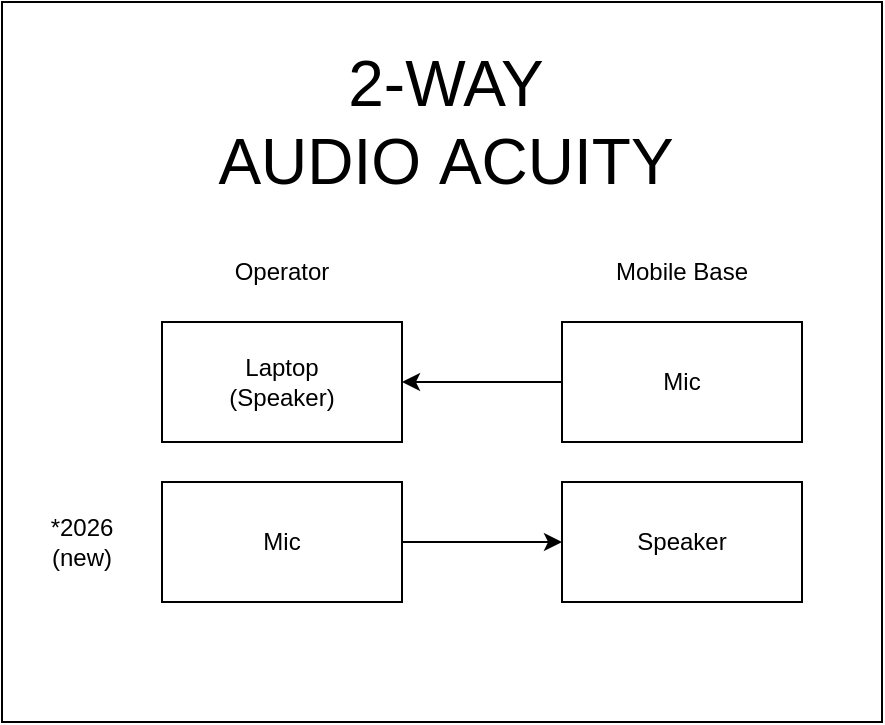
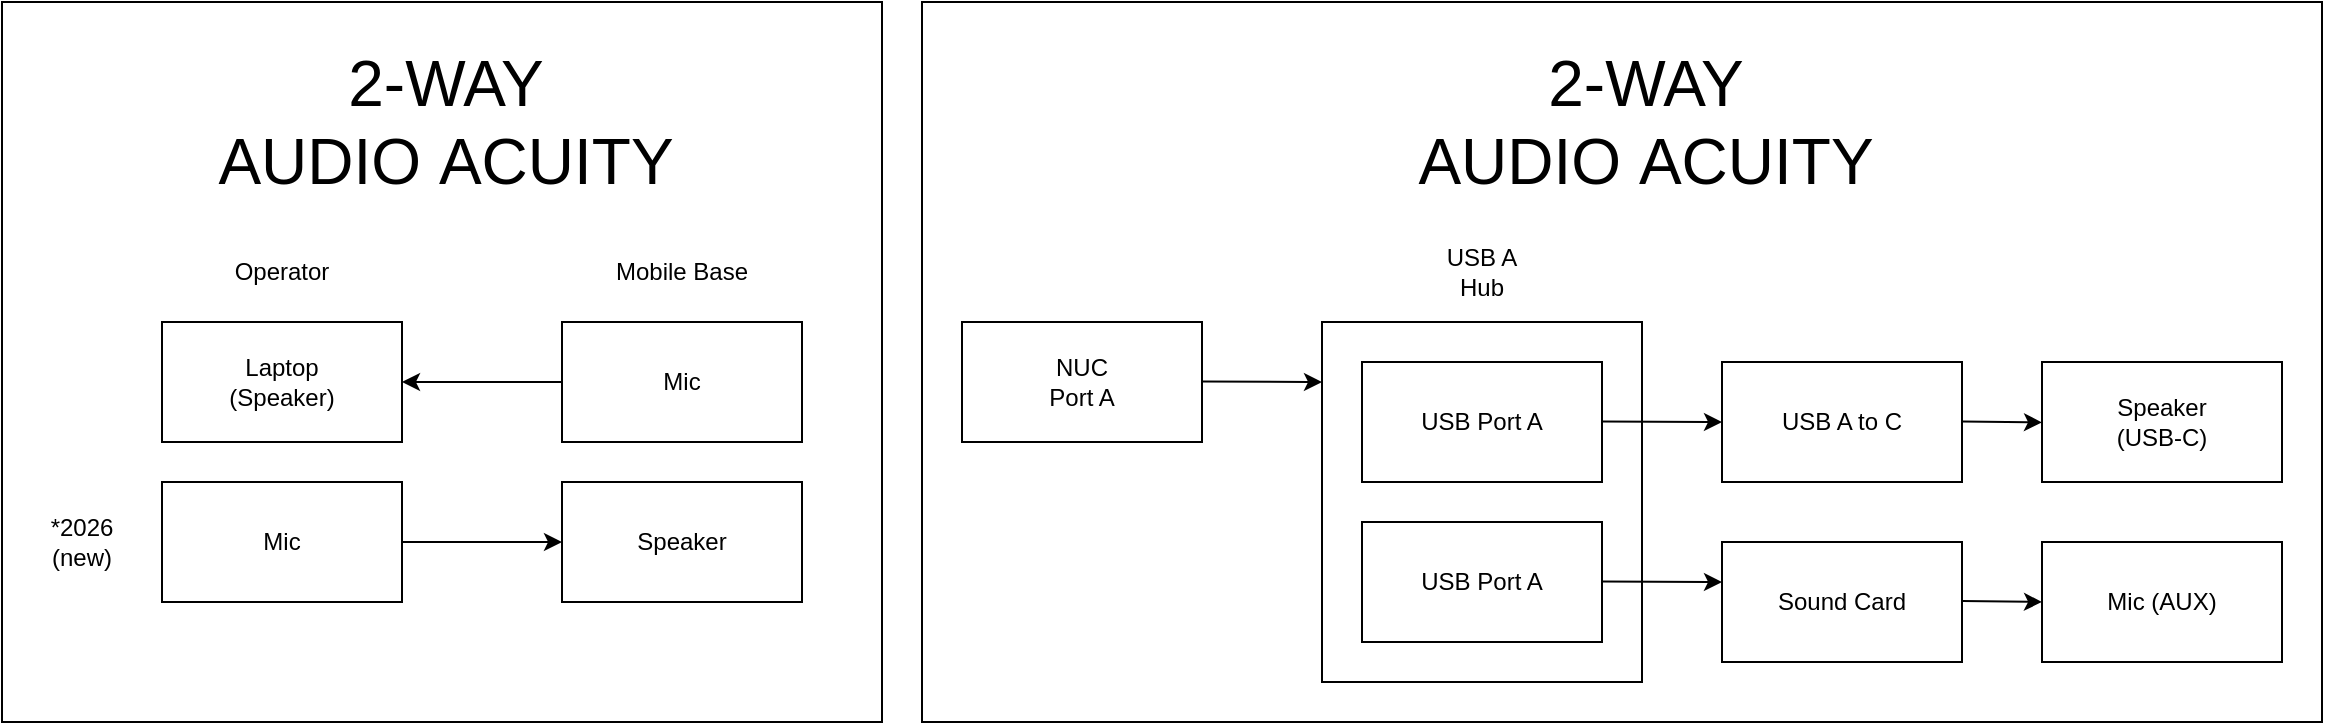
<mxfile host="app.diagrams.net">
  <diagram name="페이지-1" id="qL_gYtWck_EUVrJYukJZ">
-     <mxGraphModel dx="1414" dy="743" grid="1" gridSize="10" guides="1" tooltips="1" connect="1" arrows="1" fold="1" page="1" pageScale="1" pageWidth="827" pageHeight="1169" math="0" shadow="0">
+     <mxGraphModel dx="1664" dy="874" grid="1" gridSize="10" guides="1" tooltips="1" connect="1" arrows="1" fold="1" page="1" pageScale="1" pageWidth="827" pageHeight="1169" math="0" shadow="0">
      <root>
        <mxCell id="0" />
        <mxCell id="1" parent="0" />
+         <mxCell id="cuS7fix-iuJUSB8w2NEs-18" parent="1" style="rounded=0;whiteSpace=wrap;html=1;" value="" vertex="1">
+           <mxGeometry height="360" width="700" x="490" y="160" as="geometry" />
+         </mxCell>
+         <mxCell id="cuS7fix-iuJUSB8w2NEs-6" parent="1" style="rounded=0;whiteSpace=wrap;html=1;" value="" vertex="1">
+           <mxGeometry height="180" width="160" x="690" y="320" as="geometry" />
+         </mxCell>
        <mxCell id="ZyB_0SkuKPrTco39PcU2-11" parent="1" style="rounded=0;whiteSpace=wrap;html=1;" value="" vertex="1">
-           <mxGeometry height="360" width="440" x="200" y="160" as="geometry" />
+           <mxGeometry height="360" width="440" x="30" y="160" as="geometry" />
        </mxCell>
        <mxCell id="ZyB_0SkuKPrTco39PcU2-1" parent="1" style="rounded=0;whiteSpace=wrap;html=1;" value="Laptop&lt;div&gt;(Speaker)&lt;/div&gt;" vertex="1">
-           <mxGeometry height="60" width="120" x="280" y="320" as="geometry" />
+           <mxGeometry height="60" width="120" x="110" y="320" as="geometry" />
        </mxCell>
        <mxCell id="ZyB_0SkuKPrTco39PcU2-2" parent="1" style="text;html=1;whiteSpace=wrap;strokeColor=none;fillColor=none;align=center;verticalAlign=middle;rounded=0;" value="Operator" vertex="1">
-           <mxGeometry height="30" width="60" x="310" y="280" as="geometry" />
+           <mxGeometry height="30" width="60" x="140" y="280" as="geometry" />
        </mxCell>
        <mxCell id="ZyB_0SkuKPrTco39PcU2-3" parent="1" style="text;html=1;whiteSpace=wrap;strokeColor=none;fillColor=none;align=center;verticalAlign=middle;rounded=0;" value="Mobile Base" vertex="1">
-           <mxGeometry height="30" width="80" x="500" y="280" as="geometry" />
+           <mxGeometry height="30" width="80" x="330" y="280" as="geometry" />
        </mxCell>
        <mxCell id="ZyB_0SkuKPrTco39PcU2-4" parent="1" style="rounded=0;whiteSpace=wrap;html=1;" value="Mic" vertex="1">
-           <mxGeometry height="60" width="120" x="280" y="400" as="geometry" />
+           <mxGeometry height="60" width="120" x="110" y="400" as="geometry" />
        </mxCell>
        <mxCell id="ZyB_0SkuKPrTco39PcU2-5" parent="1" style="rounded=0;whiteSpace=wrap;html=1;" value="Mic" vertex="1">
-           <mxGeometry height="60" width="120" x="480" y="320" as="geometry" />
+           <mxGeometry height="60" width="120" x="310" y="320" as="geometry" />
        </mxCell>
        <mxCell id="ZyB_0SkuKPrTco39PcU2-6" parent="1" style="rounded=0;whiteSpace=wrap;html=1;" value="Speaker" vertex="1">
-           <mxGeometry height="60" width="120" x="480" y="400" as="geometry" />
+           <mxGeometry height="60" width="120" x="310" y="400" as="geometry" />
        </mxCell>
        <mxCell id="ZyB_0SkuKPrTco39PcU2-7" edge="1" parent="1" source="ZyB_0SkuKPrTco39PcU2-5" style="endArrow=classic;html=1;rounded=0;exitX=0;exitY=0.5;exitDx=0;exitDy=0;entryX=1;entryY=0.5;entryDx=0;entryDy=0;strokeColor=light-dark(#000000,#FF0000);" target="ZyB_0SkuKPrTco39PcU2-1" value="">
          <mxGeometry height="50" relative="1" width="50" as="geometry">
-             <mxPoint x="400" y="430" as="sourcePoint" />
-             <mxPoint x="450" y="380" as="targetPoint" />
+             <mxPoint x="230" y="430" as="sourcePoint" />
+             <mxPoint x="280" y="380" as="targetPoint" />
          </mxGeometry>
        </mxCell>
        <mxCell id="ZyB_0SkuKPrTco39PcU2-8" edge="1" parent="1" source="ZyB_0SkuKPrTco39PcU2-4" style="endArrow=classic;html=1;rounded=0;exitX=1;exitY=0.5;exitDx=0;exitDy=0;entryX=0;entryY=0.5;entryDx=0;entryDy=0;strokeColor=light-dark(#000000,#FF0000);" target="ZyB_0SkuKPrTco39PcU2-6" value="">
          <mxGeometry height="50" relative="1" width="50" as="geometry">
-             <mxPoint x="490" y="400" as="sourcePoint" />
-             <mxPoint x="410" y="400" as="targetPoint" />
+             <mxPoint x="320" y="400" as="sourcePoint" />
+             <mxPoint x="240" y="400" as="targetPoint" />
          </mxGeometry>
        </mxCell>
        <mxCell id="ZyB_0SkuKPrTco39PcU2-9" parent="1" style="text;html=1;whiteSpace=wrap;strokeColor=none;fillColor=none;align=center;verticalAlign=middle;rounded=0;" value="*2026&lt;div&gt;(new)&lt;/div&gt;" vertex="1">
-           <mxGeometry height="30" width="60" x="210" y="415" as="geometry" />
+           <mxGeometry height="30" width="60" x="40" y="415" as="geometry" />
        </mxCell>
        <mxCell id="ZyB_0SkuKPrTco39PcU2-10" parent="1" style="text;html=1;whiteSpace=wrap;strokeColor=none;fillColor=none;align=center;verticalAlign=middle;rounded=0;fontSize=32;" value="2-WAY AUDIO&amp;nbsp;ACUITY" vertex="1">
-           <mxGeometry height="80" width="264" x="290" y="180" as="geometry" />
+           <mxGeometry height="80" width="264" x="120" y="180" as="geometry" />
+         </mxCell>
+         <mxCell id="cuS7fix-iuJUSB8w2NEs-1" parent="1" style="text;html=1;whiteSpace=wrap;strokeColor=none;fillColor=none;align=center;verticalAlign=middle;rounded=0;fontSize=32;" value="2-WAY AUDIO&amp;nbsp;ACUITY" vertex="1">
+           <mxGeometry height="80" width="264" x="720" y="180" as="geometry" />
+         </mxCell>
+         <mxCell id="cuS7fix-iuJUSB8w2NEs-2" parent="1" style="rounded=0;whiteSpace=wrap;html=1;" value="NUC&lt;div&gt;Port A&lt;/div&gt;" vertex="1">
+           <mxGeometry height="60" width="120" x="510" y="320" as="geometry" />
+         </mxCell>
+         <mxCell id="cuS7fix-iuJUSB8w2NEs-3" parent="1" style="rounded=0;whiteSpace=wrap;html=1;" value="USB Port A" vertex="1">
+           <mxGeometry height="60" width="120" x="710" y="340" as="geometry" />
+         </mxCell>
+         <mxCell id="cuS7fix-iuJUSB8w2NEs-4" parent="1" style="rounded=0;whiteSpace=wrap;html=1;" value="USB Port A" vertex="1">
+           <mxGeometry height="60" width="120" x="710" y="420" as="geometry" />
+         </mxCell>
+         <mxCell id="cuS7fix-iuJUSB8w2NEs-7" edge="1" parent="1" style="endArrow=classic;html=1;rounded=0;exitX=1;exitY=0.5;exitDx=0;exitDy=0;strokeColor=light-dark(#000000,#FF0000);" value="">
+           <mxGeometry height="50" relative="1" width="50" as="geometry">
+             <mxPoint x="630" y="349.76" as="sourcePoint" />
+             <mxPoint x="690" y="350" as="targetPoint" />
+           </mxGeometry>
+         </mxCell>
+         <mxCell id="cuS7fix-iuJUSB8w2NEs-8" parent="1" style="text;html=1;whiteSpace=wrap;strokeColor=none;fillColor=none;align=center;verticalAlign=middle;rounded=0;" value="USB A Hub" vertex="1">
+           <mxGeometry height="30" width="60" x="740" y="280" as="geometry" />
+         </mxCell>
+         <mxCell id="cuS7fix-iuJUSB8w2NEs-9" edge="1" parent="1" style="endArrow=classic;html=1;rounded=0;exitX=1;exitY=0.5;exitDx=0;exitDy=0;strokeColor=light-dark(#000000,#FF0000);" value="">
+           <mxGeometry height="50" relative="1" width="50" as="geometry">
+             <mxPoint x="830" y="449.76" as="sourcePoint" />
+             <mxPoint x="890" y="450" as="targetPoint" />
+           </mxGeometry>
+         </mxCell>
+         <mxCell id="cuS7fix-iuJUSB8w2NEs-10" parent="1" style="rounded=0;whiteSpace=wrap;html=1;" value="Sound Card" vertex="1">
+           <mxGeometry height="60" width="120" x="890" y="430" as="geometry" />
+         </mxCell>
+         <mxCell id="cuS7fix-iuJUSB8w2NEs-11" parent="1" style="rounded=0;whiteSpace=wrap;html=1;" value="Mic (AUX)" vertex="1">
+           <mxGeometry height="60" width="120" x="1050" y="430" as="geometry" />
+         </mxCell>
+         <mxCell id="cuS7fix-iuJUSB8w2NEs-12" edge="1" parent="1" style="endArrow=classic;html=1;rounded=0;exitX=1;exitY=0.5;exitDx=0;exitDy=0;strokeColor=light-dark(#000000,#FF0000);" value="">
+           <mxGeometry height="50" relative="1" width="50" as="geometry">
+             <mxPoint x="1010" y="459.52" as="sourcePoint" />
+             <mxPoint x="1050" y="460" as="targetPoint" />
+           </mxGeometry>
+         </mxCell>
+         <mxCell id="cuS7fix-iuJUSB8w2NEs-13" parent="1" style="rounded=0;whiteSpace=wrap;html=1;" value="USB A to C" vertex="1">
+           <mxGeometry height="60" width="120" x="890" y="340" as="geometry" />
+         </mxCell>
+         <mxCell id="cuS7fix-iuJUSB8w2NEs-14" edge="1" parent="1" style="endArrow=classic;html=1;rounded=0;exitX=1;exitY=0.5;exitDx=0;exitDy=0;strokeColor=light-dark(#000000,#FF0000);" value="">
+           <mxGeometry height="50" relative="1" width="50" as="geometry">
+             <mxPoint x="830" y="369.76" as="sourcePoint" />
+             <mxPoint x="890" y="370" as="targetPoint" />
+           </mxGeometry>
+         </mxCell>
+         <mxCell id="cuS7fix-iuJUSB8w2NEs-16" edge="1" parent="1" style="endArrow=classic;html=1;rounded=0;exitX=1;exitY=0.5;exitDx=0;exitDy=0;strokeColor=light-dark(#000000,#FF0000);" value="">
+           <mxGeometry height="50" relative="1" width="50" as="geometry">
+             <mxPoint x="1010" y="369.76" as="sourcePoint" />
+             <mxPoint x="1050" y="370.24" as="targetPoint" />
+           </mxGeometry>
+         </mxCell>
+         <mxCell id="cuS7fix-iuJUSB8w2NEs-17" parent="1" style="rounded=0;whiteSpace=wrap;html=1;" value="Speaker&lt;br&gt;(USB-C)" vertex="1">
+           <mxGeometry height="60" width="120" x="1050" y="340" as="geometry" />
        </mxCell>
      </root>
    </mxGraphModel>
  </diagram>
</mxfile>
